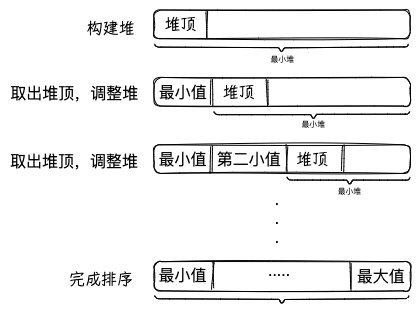
Above: excalidraw/sort/heap_sort.excalidraw.png in iDukeLu/iDukeLu.github.io (Excalidraw), before the change. Source tidied: one line per element, renumbered; positions are measured from the earlier drawing's top-left corner, leaving out a move shared by most shapes.
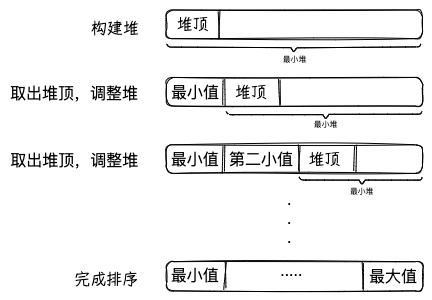
Above is the later version.

Change to the diagram source:
```diff
@@ -1,4 +1,4 @@
-{"id": 0, "type": "text", "text": "构建堆", "strokeColor": "#000000", "strokeWidth": 1, "roughness": 1, "fontSize": 16, "fontFamily": 1, "x": 77, "y": 9, "width": 48, "height": 19}
+{"id": 0, "type": "text", "text": "构建堆", "strokeColor": "#000000", "strokeWidth": 1, "roughness": 1, "fontSize": 16, "fontFamily": 1, "x": 69, "y": 9, "width": 48, "height": 19}
 {"id": 1, "type": "rectangle", "strokeColor": "#000000", "strokeWidth": 1, "roughness": 1, "round": true, "x": 144, "y": 0, "width": 256, "height": 29}
 {"id": 2, "type": "line", "strokeColor": "#000000", "strokeWidth": 1, "roughness": 1, "round": true, "x": 197, "y": 1, "width": 1, "height": 26, "points": [[0, 0], [-1, 26]]}
 {"id": 3, "type": "text", "text": "堆顶", "strokeColor": "#000000", "strokeWidth": 1, "roughness": 1, "fontSize": 16, "fontFamily": 1, "x": 154, "y": 6, "width": 32, "height": 19}
@@ -7,13 +7,13 @@
 {"id": 6, "type": "text", "text": "堆顶", "strokeColor": "#000000", "strokeWidth": 1, "roughness": 1, "fontSize": 16, "fontFamily": 1, "x": 213, "y": 74, "width": 32, "height": 19}
 {"id": 7, "type": "line", "strokeColor": "#000000", "strokeWidth": 1, "roughness": 1, "round": true, "x": 202, "y": 69, "width": 1, "height": 26, "points": [[0, 0], [-1, 26]]}
 {"id": 8, "type": "text", "text": "最小值", "strokeColor": "#000000", "strokeWidth": 1, "roughness": 1, "fontSize": 16, "fontFamily": 2, "x": 149, "y": 71, "width": 48, "height": 19}
-{"id": 9, "type": "text", "text": "取出堆顶，调整堆", "strokeColor": "#000000", "strokeWidth": 1, "roughness": 1, "fontSize": 16, "fontFamily": 2, "x": 0, "y": 73, "width": 128, "height": 19}
+{"id": 9, "type": "text", "text": "取出堆顶，调整堆", "strokeColor": "#000000", "strokeWidth": 1, "roughness": 1, "fontSize": 16, "fontFamily": 2, "x": -12, "y": 73, "width": 128, "height": 19}
 {"id": 10, "type": "rectangle", "strokeColor": "#000000", "strokeWidth": 1, "roughness": 1, "round": true, "x": 144, "y": 135, "width": 256, "height": 29}
 {"id": 11, "type": "line", "strokeColor": "#000000", "strokeWidth": 1, "roughness": 1, "round": true, "x": 333, "y": 136, "width": 1, "height": 26, "points": [[0, 0], [-1, 26]]}
 {"id": 12, "type": "text", "text": "堆顶", "strokeColor": "#000000", "strokeWidth": 1, "roughness": 1, "fontSize": 16, "fontFamily": 1, "x": 286, "y": 141, "width": 32, "height": 19}
 {"id": 13, "type": "line", "strokeColor": "#000000", "strokeWidth": 1, "roughness": 1, "round": true, "x": 277, "y": 135, "width": 1, "height": 26, "points": [[0, 0], [-1, 26]]}
 {"id": 14, "type": "text", "text": "最小值", "strokeColor": "#000000", "strokeWidth": 1, "roughness": 1, "fontSize": 16, "fontFamily": 2, "x": 149, "y": 139, "width": 48, "height": 19}
-{"id": 15, "type": "text", "text": "取出堆顶，调整堆", "strokeColor": "#000000", "strokeWidth": 1, "roughness": 1, "fontSize": 16, "fontFamily": 2, "x": 0, "y": 140, "width": 128, "height": 19}
+{"id": 15, "type": "text", "text": "取出堆顶，调整堆", "strokeColor": "#000000", "strokeWidth": 1, "roughness": 1, "fontSize": 16, "fontFamily": 2, "x": -12, "y": 140, "width": 128, "height": 19}
 {"id": 16, "type": "line", "strokeColor": "#000000", "strokeWidth": 1, "roughness": 1, "round": true, "x": 202, "y": 137, "width": 1, "height": 26, "points": [[0, 0], [-1, 26]]}
 {"id": 17, "type": "text", "text": "第二小值", "strokeColor": "#000000", "strokeWidth": 1, "roughness": 1, "fontSize": 16, "fontFamily": 2, "x": 207, "y": 139, "width": 64, "height": 19}
 {"id": 18, "type": "line", "strokeColor": "#000000", "strokeWidth": 1, "roughness": 0, "round": true, "x": 144, "y": 34, "width": 8, "height": 3, "points": [[0, 0], [3, 3], [8, 3]]}
@@ -35,14 +35,9 @@
 {"id": 34, "type": "text", "text": "最小堆", "strokeColor": "#000000", "strokeWidth": 1, "roughness": 0, "fontSize": 7.86, "fontFamily": 2, "x": 328, "y": 176, "width": 24, "height": 9}
 {"id": 35, "type": "line", "strokeColor": "#000000", "strokeWidth": 1, "roughness": 0, "round": true, "x": 343, "y": 170, "width": 53, "height": 0, "points": [[0, 0], [53, 0]]}
 {"id": 36, "type": "text", "text": ".\n.\n.", "strokeColor": "#000000", "strokeWidth": 1, "roughness": 0, "fontSize": 16, "fontFamily": 2, "x": 265, "y": 179, "width": 4, "height": 58}
-{"id": 37, "type": "text", "text": "完成排序", "strokeColor": "#000000", "strokeWidth": 1, "roughness": 1, "fontSize": 16, "fontFamily": 1, "x": 59, "y": 260, "width": 64, "height": 19}
+{"id": 37, "type": "text", "text": "完成排序", "strokeColor": "#000000", "strokeWidth": 1, "roughness": 1, "fontSize": 16, "fontFamily": 1, "x": 52, "y": 260, "width": 64, "height": 19}
 {"id": 38, "type": "rectangle", "strokeColor": "#000000", "strokeWidth": 1, "roughness": 1, "round": true, "x": 144, "y": 252, "width": 256, "height": 29}
 {"id": 39, "type": "line", "strokeColor": "#000000", "strokeWidth": 1, "roughness": 1, "round": true, "x": 203, "y": 252, "width": 1, "height": 26, "points": [[0, 0], [-1, 26]]}
-{"id": 40, "type": "line", "strokeColor": "#000000", "strokeWidth": 1, "roughness": 0, "round": true, "x": 145, "y": 286, "width": 8, "height": 3, "points": [[0, 0], [3, 3], [8, 3]]}
-{"id": 41, "type": "line", "strokeColor": "#000000", "strokeWidth": 1, "roughness": 0, "round": true, "x": 152, "y": 289, "width": 117, "height": 1, "points": [[0, 0], [117, 1]]}
-{"id": 42, "type": "line", "strokeColor": "#000000", "strokeWidth": 1, "roughness": 0, "round": true, "x": 269, "y": 289, "width": 6, "height": 4, "points": [[0, 0], [3, 4], [6, 0]]}
-{"id": 43, "type": "line", "strokeColor": "#000000", "strokeWidth": 1, "roughness": 0, "round": true, "x": 275, "y": 289, "width": 119, "height": 1, "points": [[0, 0], [119, -1]]}
-{"id": 44, "type": "line", "strokeColor": "#000000", "strokeWidth": 1, "roughness": 0, "round": true, "x": 394, "y": 289, "width": 5, "height": 3, "points": [[0, 0], [3, 0], [5, -3]]}
 {"id": 45, "type": "text", "text": "最小值", "strokeColor": "#000000", "strokeWidth": 1, "roughness": 1, "fontSize": 16, "fontFamily": 2, "x": 148, "y": 255, "width": 48, "height": 19}
 {"id": 46, "type": "text", "text": "最大值", "strokeColor": "#000000", "strokeWidth": 1, "roughness": 1, "fontSize": 16, "fontFamily": 2, "x": 347, "y": 256, "width": 48, "height": 19}
 {"id": 47, "type": "line", "strokeColor": "#000000", "strokeWidth": 1, "roughness": 1, "round": true, "x": 341, "y": 253, "width": 1, "height": 26, "points": [[0, 0], [-1, 26]]}
```
